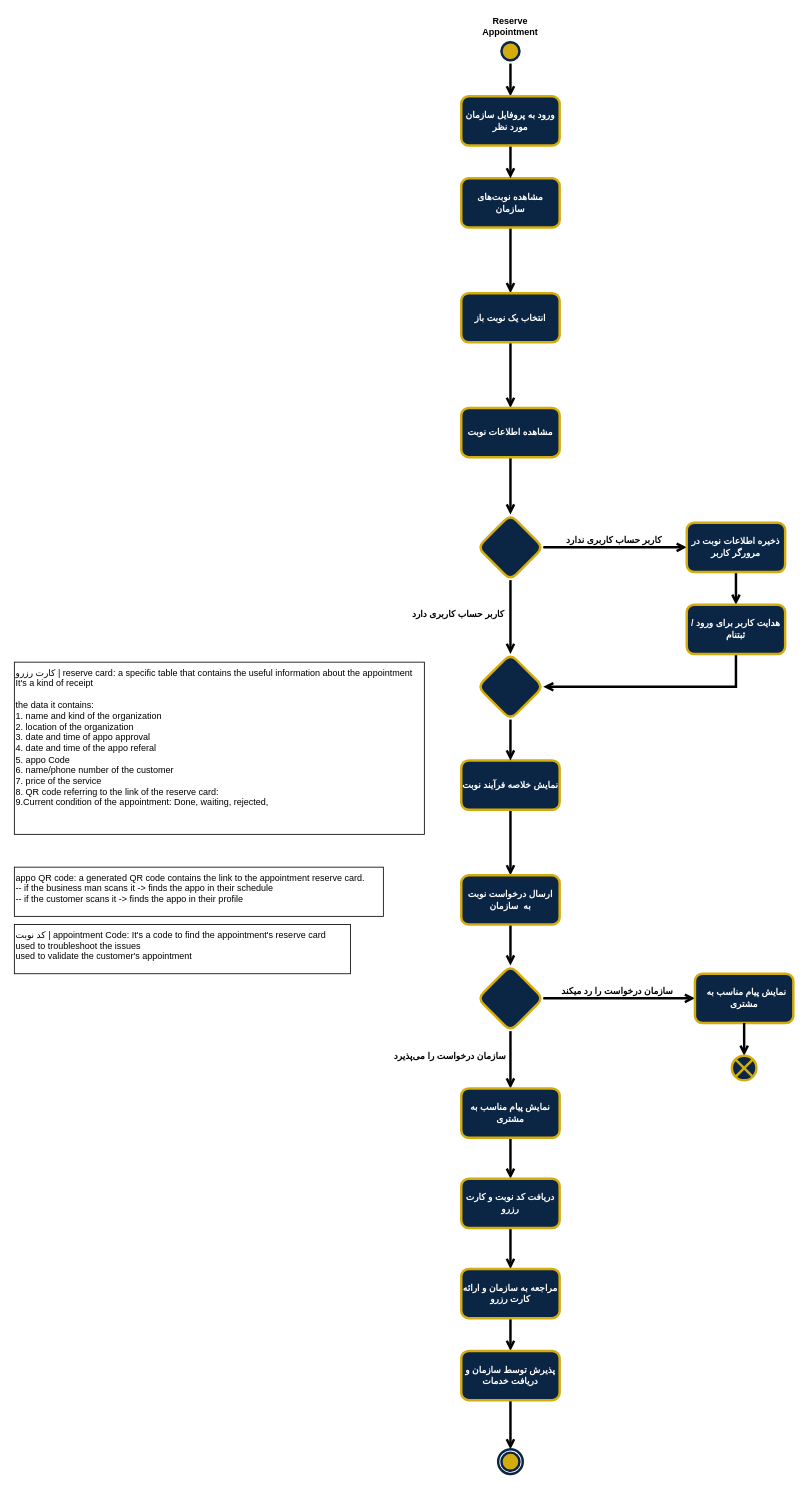
Earlier version of the draw.io diagram page "Reserve Appo" (3 of 3) of Documentation/Analysis/Modeling/Functional Models/Customer/Customer Act Diag.drawio (TnT74K/Project-SAD). Source tidied: cells renumbered, new cells numbered last; positions are measured from the earlier drawing's top-left corner, leaving out a move shared by most shapes. Both pictures are drawn from the tidied source at 82%, with x=0, y=0 at pixel (14, 14).
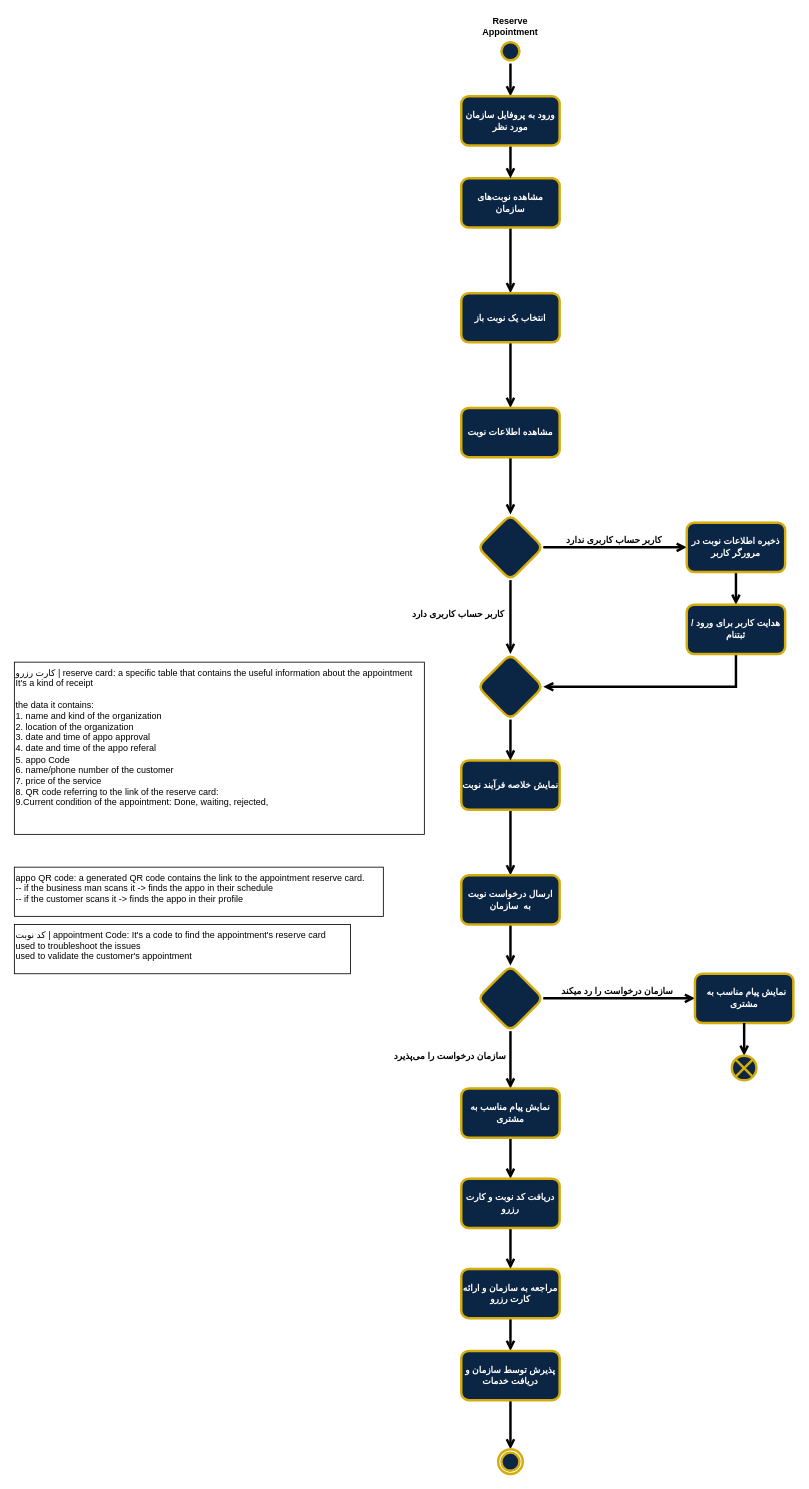
The same diagram, later.

Diff of the diagram source:
```diff
@@
-    <mxCell id="3" style="ellipse;html=1;shape=startState;fillColor=#D4AC0D;strokeColor=light-dark(#0B2545,#C0D6E8);strokeWidth=3;align=center;verticalAlign=middle;fontFamily=Helvetica;fontSize=11;fontColor=default;fontStyle=1;labelBackgroundColor=default;" parent="1" vertex="1">
+    <mxCell id="3" style="ellipse;html=1;shape=startState;fillColor=light-dark(#0B2545,#0B2545);strokeColor=light-dark(#D4AC0D,#D4AC0D);strokeWidth=3;align=center;verticalAlign=middle;fontFamily=zain;fontSize=12;fontColor=light-dark(#FFFFFF,#FFFFFF);fontStyle=1;labelBackgroundColor=none;rounded=1;" parent="1" vertex="1">
       <mxGeometry x="590" y="30" width="30" height="30" as="geometry" />
     </mxCell>
@@
-    <mxCell id="41" style="ellipse;html=1;shape=endState;fillColor=light-dark(#D4AC0D,#805E00);strokeColor=light-dark(#0B2545,#C0D6E8);rounded=1;strokeWidth=3;align=center;verticalAlign=middle;fontFamily=zain;fontSize=12;fontColor=light-dark(#0B2545,#C0D6E8);" parent="1" vertex="1">
+    <mxCell id="41" style="ellipse;html=1;shape=endState;fillColor=light-dark(#0B2545,#0B2545);strokeColor=light-dark(#D4AC0D,#D4AC0D);rounded=1;strokeWidth=3;align=center;verticalAlign=middle;fontFamily=zain;fontSize=12;fontColor=light-dark(#FFFFFF,#FFFFFF);fontStyle=1;labelBackgroundColor=none;" parent="1" vertex="1">
       <mxGeometry x="590" y="1750" width="30" height="30" as="geometry" />
     </mxCell>
```
